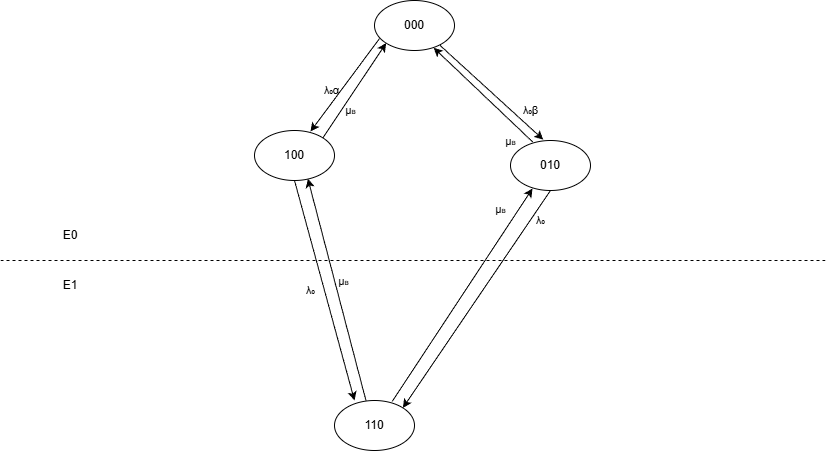
kolyan3445/WHAT-THE-FUCK keeps this draw.io diagram as диаг2.drawio.png. Above is the earlier version. Source tidied: cells renumbered, new cells last; positions are measured from the earlier drawing's top-left corner, leaving out a move shared by most shapes.
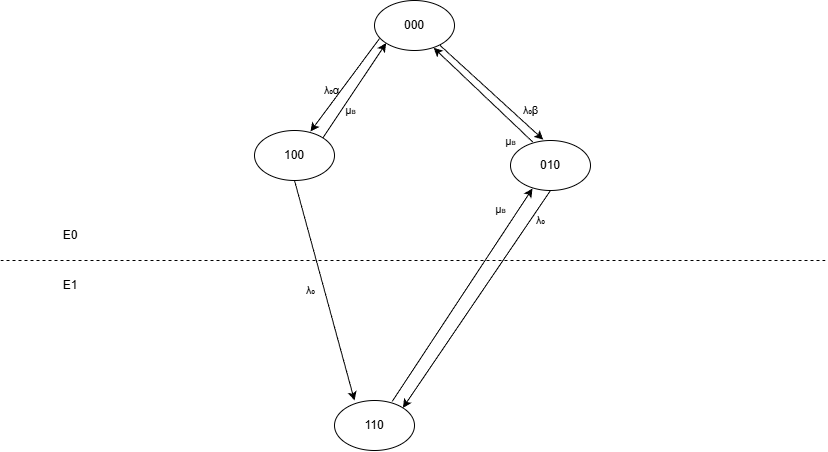
The same diagram one commit later.

The edit, as a diff of the source:
```diff
@@ -58,14 +58,6 @@
         <mxPoint x="27" y="46" as="offset" />
       </mxGeometry>
     </mxCell>
-    <mxCell id="17" style="endArrow=classic;html=1;rounded=0;entryX=0.667;entryY=0.964;entryDx=0;entryDy=0;entryPerimeter=0;exitX=0.394;exitY=0.006;exitDx=0;exitDy=0;exitPerimeter=0;" parent="1" edge="1" source="5" target="3">
-      <mxGeometry relative="1" as="geometry" />
-    </mxCell>
-    <mxCell id="18" value="µ&lt;font style=&quot;font-size: 8px;&quot;&gt;в&lt;/font&gt;" style="edgeLabel;html=1;align=center;verticalAlign=middle;labelBackgroundColor=none;" parent="17" vertex="1">
-      <mxGeometry relative="1" as="geometry">
-        <mxPoint x="6" y="-9" as="offset" />
-      </mxGeometry>
-    </mxCell>
     <mxCell id="19" style="endArrow=classic;html=1;rounded=0;exitX=0.5;exitY=1;exitDx=0;exitDy=0;entryX=0.25;entryY=0;entryDx=0;entryDy=0;entryPerimeter=0;" parent="1" edge="1" source="3" target="5">
       <mxGeometry relative="1" as="geometry" />
     </mxCell>
```
